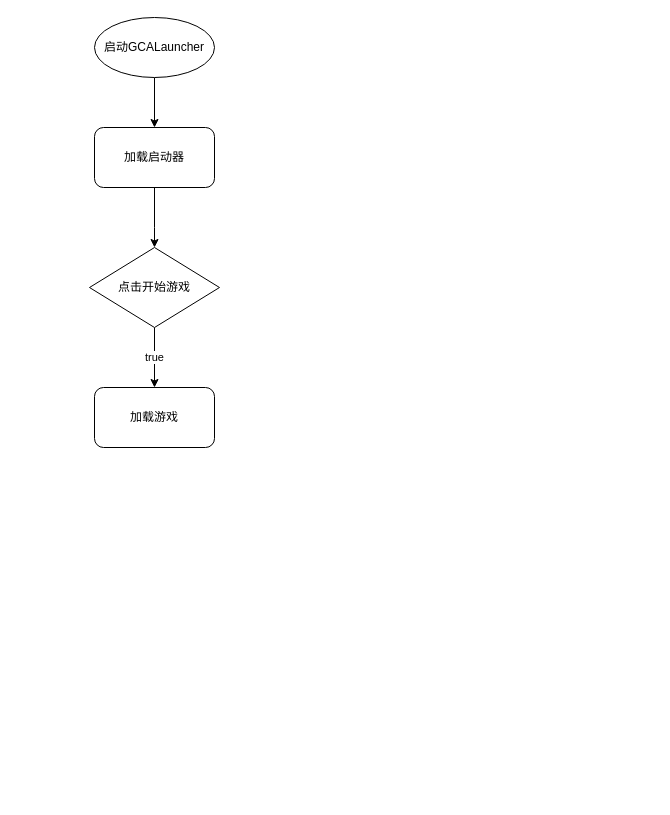
Above: GCA.drawio in wnmsteve/wnmsteve.github.io (draw.io), before the change. Source tidied: cells renumbered, new cells numbered last; positions are measured from the earlier drawing's top-left corner, leaving out a move shared by most shapes. Both pictures are drawn from the tidied source at 100%, with x=0, y=0 at pixel (89, 17).
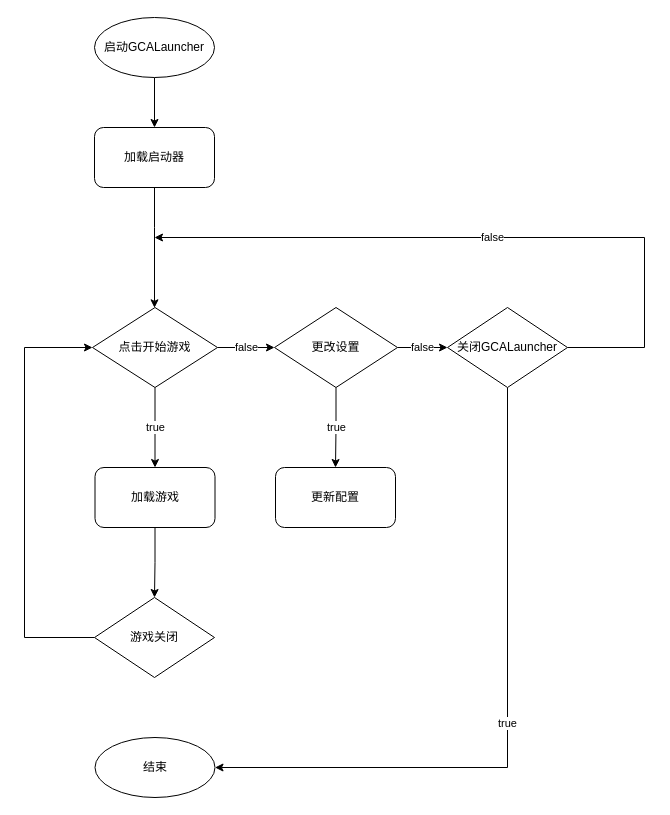
After the change.

Change to the diagram source:
```diff
@@
+    <mxCell id="9" value="false" style="edgeStyle=orthogonalEdgeStyle;rounded=0;jettySize=auto;html=1;" parent="1" edge="1" source="7" target="13">
+      <mxGeometry relative="1" as="geometry" />
+    </mxCell>
     <mxCell id="7" value="点击开始游戏" style="rhombus;whiteSpace=wrap;html=1;" parent="1" vertex="1">
-      <mxGeometry y="230" width="130" height="80" as="geometry" />
+      <mxGeometry x="3" y="290" width="125" height="80" as="geometry" />
     </mxCell>
+    <mxCell id="10" style="edgeStyle=orthogonalEdgeStyle;rounded=0;jettySize=auto;html=1;" parent="1" edge="1" source="8" target="19">
+      <mxGeometry relative="1" as="geometry" />
+    </mxCell>
     <mxCell id="8" value="加载游戏" style="rounded=1;whiteSpace=wrap;html=1;" parent="1" vertex="1">
-      <mxGeometry x="5" y="370" width="120" height="60" as="geometry" />
+      <mxGeometry x="5.5" y="450" width="120" height="60" as="geometry" />
     </mxCell>
+    <mxCell id="11" value="true" style="edgeStyle=orthogonalEdgeStyle;rounded=0;jettySize=auto;html=1;" parent="1" edge="1" source="13" target="14">
+      <mxGeometry relative="1" as="geometry" />
+    </mxCell>
+    <mxCell id="12" value="false" style="edgeStyle=orthogonalEdgeStyle;rounded=0;jettySize=auto;html=1;" parent="1" edge="1" source="13" target="17">
+      <mxGeometry relative="1" as="geometry" />
+    </mxCell>
+    <mxCell id="13" value="更改设置" style="rhombus;whiteSpace=wrap;html=1;" parent="1" vertex="1">
+      <mxGeometry x="185" y="290" width="123" height="80" as="geometry" />
+    </mxCell>
+    <mxCell id="14" value="更新配置" style="rounded=1;whiteSpace=wrap;html=1;" parent="1" vertex="1">
+      <mxGeometry x="186" y="450" width="120" height="60" as="geometry" />
+    </mxCell>
+    <mxCell id="15" value="false" style="edgeStyle=elbowEdgeStyle;rounded=0;jettySize=auto;html=1;exitX=1;exitY=0.5;exitDx=0;exitDy=0;" parent="1" edge="1" source="17">
+      <mxGeometry relative="1" as="geometry">
+        <mxPoint x="65" y="220" as="targetPoint" />
+        <Array as="points">
+          <mxPoint x="555" y="270" />
+        </Array>
+      </mxGeometry>
+    </mxCell>
+    <mxCell id="16" value="true" style="edgeStyle=orthogonalEdgeStyle;rounded=0;jettySize=auto;html=1;" parent="1" edge="1" source="17" target="20">
+      <mxGeometry relative="1" as="geometry">
+        <Array as="points">
+          <mxPoint x="418" y="750" />
+        </Array>
+      </mxGeometry>
+    </mxCell>
+    <mxCell id="17" value="关闭GCALauncher" style="rhombus;whiteSpace=wrap;html=1;" parent="1" vertex="1">
+      <mxGeometry x="358" y="290" width="120" height="80" as="geometry" />
+    </mxCell>
+    <mxCell id="18" style="edgeStyle=orthogonalEdgeStyle;rounded=0;jettySize=auto;html=1;" parent="1" edge="1" source="19" target="7">
+      <mxGeometry relative="1" as="geometry">
+        <Array as="points">
+          <mxPoint x="-65" y="620" />
+          <mxPoint x="-65" y="330" />
+        </Array>
+      </mxGeometry>
+    </mxCell>
+    <mxCell id="19" value="游戏关闭" style="rhombus;whiteSpace=wrap;html=1;" parent="1" vertex="1">
+      <mxGeometry x="5" y="580" width="120" height="80" as="geometry" />
+    </mxCell>
+    <mxCell id="20" value="结束" style="ellipse;whiteSpace=wrap;html=1;" parent="1" vertex="1">
+      <mxGeometry x="5.5" y="720" width="120" height="60" as="geometry" />
+    </mxCell>
```
